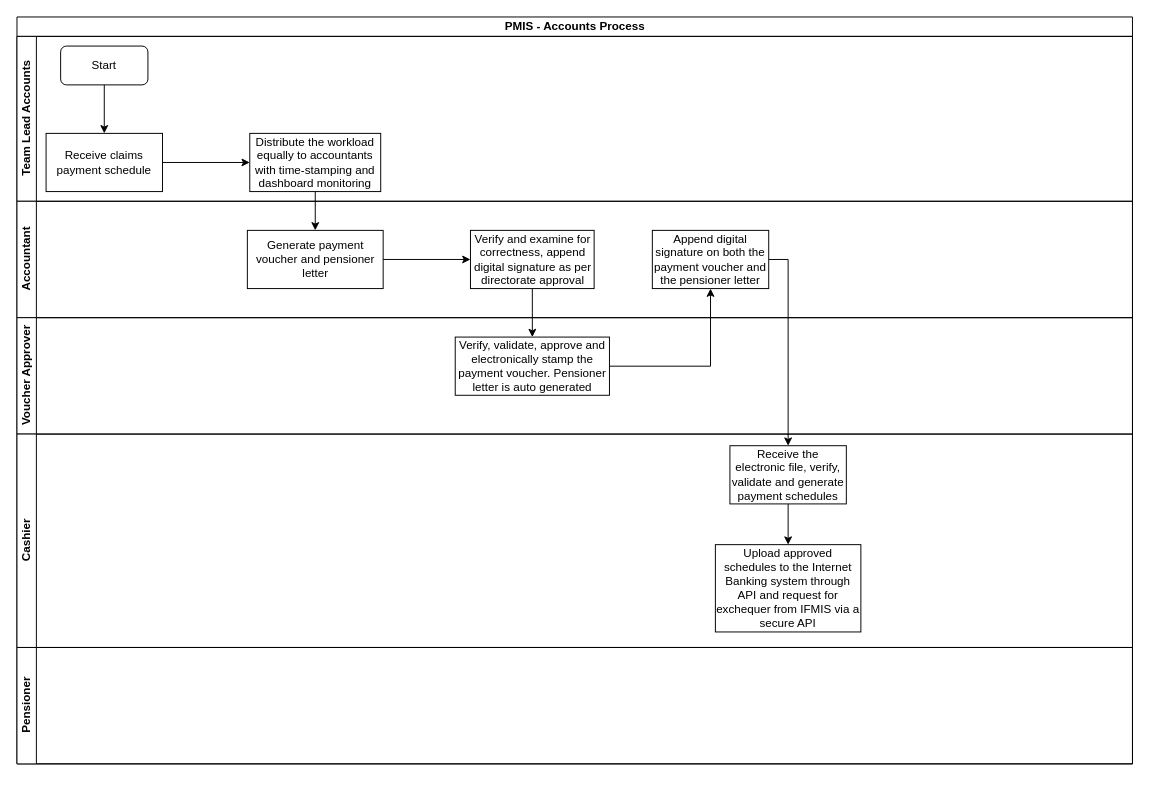
Above: Pension - Accounts.drawio in kmagua/flowcharts (draw.io), before the change. Source tidied: cells renumbered, new cells numbered last; positions are measured from the earlier drawing's top-left corner, leaving out a move shared by most shapes. Both pictures are drawn from the tidied source at 97%, with x=0, y=0 at pixel (16, 16).
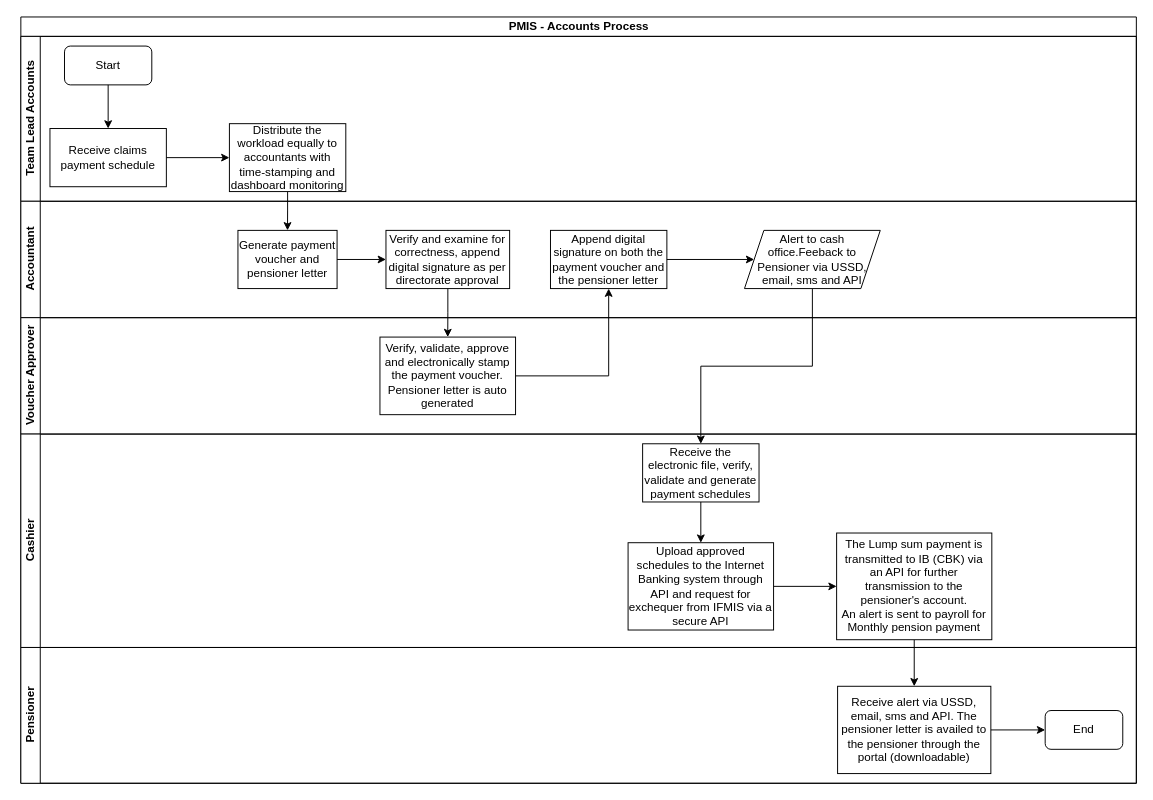
Above is the later version.

The change refers to these unchanged cells:
```xml
<mxCell id="5" value="Team Lead Accounts" style="swimlane;html=1;startSize=20;horizontal=0;" parent="2" vertex="1">
  <mxGeometry y="20" width="1150" height="170" as="geometry" />
</mxCell>
<mxCell id="9" value="Accountant" style="swimlane;html=1;startSize=20;horizontal=0;" parent="2" vertex="1">
  <mxGeometry y="190" width="1150" height="120" as="geometry" />
</mxCell>
<mxCell id="12" value="Voucher Approver" style="swimlane;html=1;startSize=20;horizontal=0;" parent="2" vertex="1">
  <mxGeometry y="310" width="1150" height="120" as="geometry" />
</mxCell>
<mxCell id="14" value="Cashier" style="swimlane;html=1;startSize=20;horizontal=0;" parent="2" vertex="1">
  <mxGeometry y="430" width="1150" height="220" as="geometry" />
</mxCell>
```

Diff of the diagram source:
```diff
@@
     <mxCell id="2" value="PMIS - Accounts Process" style="swimlane;html=1;horizontal=1;startSize=20;" parent="1" vertex="1">
-      <mxGeometry width="1150" height="770" as="geometry" />
+      <mxGeometry x="4" width="1150" height="790" as="geometry" />
     </mxCell>
@@
-    <mxCell id="4" style="edgeStyle=orthogonalEdgeStyle;rounded=0;jettySize=auto;html=1;entryX=0.5;entryY=0;entryDx=0;entryDy=0;" parent="2" edge="1" source="11" target="15">
-      <mxGeometry relative="1" as="geometry">
-        <Array as="points">
-          <mxPoint x="795" y="250" />
-        </Array>
-      </mxGeometry>
-    </mxCell>
@@
     <mxCell id="7" value="Receive claims payment schedule" style="rounded=0;whiteSpace=wrap;html=1;" parent="5" vertex="1">
-      <mxGeometry x="30" y="100" width="120" height="60" as="geometry" />
+      <mxGeometry x="30" y="95" width="120" height="60" as="geometry" />
     </mxCell>
@@
     <mxCell id="10" value="Generate payment voucher and pensioner letter" style="whiteSpace=wrap;html=1;rounded=0;" parent="9" vertex="1">
-      <mxGeometry x="237.5" y="30" width="140" height="60" as="geometry" />
+      <mxGeometry x="223.8" y="30" width="102.2" height="60" as="geometry" />
     </mxCell>
     <mxCell id="11" value="Append digital signature on both the payment voucher and the pensioner letter" style="whiteSpace=wrap;html=1;rounded=0;" parent="9" vertex="1">
-      <mxGeometry x="655" y="30" width="120" height="60" as="geometry" />
+      <mxGeometry x="546" y="30" width="120" height="60" as="geometry" />
     </mxCell>
+    <mxCell id="23" value="Verify and examine for correctness, append digital signature as per directorate approval" style="whiteSpace=wrap;html=1;rounded=0;" parent="9" vertex="1">
+      <mxGeometry x="376.4" y="30" width="127.5" height="60" as="geometry" />
+    </mxCell>
+    <mxCell id="24" style="edgeStyle=orthogonalEdgeStyle;rounded=0;jettySize=auto;html=1;" parent="9" edge="1" source="10" target="23">
+      <mxGeometry relative="1" as="geometry" />
+    </mxCell>
@@
     <mxCell id="13" value="Verify, validate, approve and electronically stamp the payment voucher. Pensioner letter is auto generated" style="whiteSpace=wrap;html=1;rounded=0;" parent="12" vertex="1">
-      <mxGeometry x="451.8" y="20" width="159" height="60" as="geometry" />
+      <mxGeometry x="370.2" y="20" width="139.8" height="80" as="geometry" />
     </mxCell>
@@
     <mxCell id="15" value="Receive the electronic file, verify, validate and generate payment schedules" style="whiteSpace=wrap;html=1;rounded=0;" parent="14" vertex="1">
-      <mxGeometry x="735" y="12" width="120" height="60" as="geometry" />
+      <mxGeometry x="641" y="10" width="120" height="60" as="geometry" />
     </mxCell>
     <mxCell id="16" value="Upload approved schedules to the Internet Banking system through API and request for exchequer from IFMIS via a secure API" style="whiteSpace=wrap;html=1;rounded=0;" parent="14" vertex="1">
-      <mxGeometry x="720" y="114" width="150" height="90" as="geometry" />
+      <mxGeometry x="626" y="112" width="150" height="90" as="geometry" />
     </mxCell>
@@
     <mxCell id="18" value="Pensioner" style="swimlane;html=1;startSize=20;horizontal=0;" parent="2" vertex="1">
-      <mxGeometry y="650" width="1150" height="120" as="geometry" />
+      <mxGeometry y="650" width="1150" height="140" as="geometry" />
     </mxCell>
+    <mxCell id="25" value="Receive alert via USSD, email, sms and API. The pensioner letter is availed to the pensioner through the portal (downloadable)" style="whiteSpace=wrap;html=1;rounded=0;" parent="18" vertex="1">
+      <mxGeometry x="842" y="40" width="158" height="90" as="geometry" />
+    </mxCell>
+    <mxCell id="22" style="edgeStyle=orthogonalEdgeStyle;rounded=0;jettySize=auto;html=1;" parent="2" edge="1" source="23" target="13">
+      <mxGeometry relative="1" as="geometry" />
+    </mxCell>
@@
     <mxCell id="20" value="Distribute the workload equally to accountants with time-stamping and dashboard monitoring" style="whiteSpace=wrap;html=1;rounded=0;" parent="1" vertex="1">
-      <mxGeometry x="240" y="120" width="135" height="60" as="geometry" />
+      <mxGeometry x="219" y="110" width="120" height="70" as="geometry" />
     </mxCell>
@@
-    <mxCell id="22" style="edgeStyle=orthogonalEdgeStyle;rounded=0;jettySize=auto;html=1;" parent="1" edge="1" source="23" target="13">
-      <mxGeometry relative="1" as="geometry" />
-    </mxCell>
-    <mxCell id="23" value="Verify and examine for correctness, append digital signature as per directorate approval" style="whiteSpace=wrap;html=1;rounded=0;" parent="1" vertex="1">
-      <mxGeometry x="467.5" y="220" width="127.5" height="60" as="geometry" />
-    </mxCell>
-    <mxCell id="24" style="edgeStyle=orthogonalEdgeStyle;rounded=0;jettySize=auto;html=1;" parent="1" edge="1" source="10" target="23">
-      <mxGeometry relative="1" as="geometry" />
-    </mxCell>
+    <mxCell id="26" style="edgeStyle=orthogonalEdgeStyle;rounded=0;jettySize=auto;html=1;entryX=0.5;entryY=0;entryDx=0;entryDy=0;" parent="1" edge="1" source="27" target="25">
+      <mxGeometry relative="1" as="geometry" />
+    </mxCell>
+    <mxCell id="27" value="&lt;div&gt;The Lump sum payment is transmitted to IB (CBK) via an API for further transmission to the pensioner's account.&lt;/div&gt;&lt;div&gt;An alert is sent to payroll for Monthly pension payment&lt;/div&gt;" style="whiteSpace=wrap;html=1;rounded=0;" parent="1" vertex="1">
+      <mxGeometry x="845" y="532" width="160" height="110" as="geometry" />
+    </mxCell>
+    <mxCell id="28" style="edgeStyle=orthogonalEdgeStyle;rounded=0;jettySize=auto;html=1;" parent="1" edge="1" source="16" target="27">
+      <mxGeometry relative="1" as="geometry" />
+    </mxCell>
+    <mxCell id="29" value="End" style="rounded=1;whiteSpace=wrap;html=1;" parent="1" vertex="1">
+      <mxGeometry x="1060" y="715" width="80" height="40" as="geometry" />
+    </mxCell>
+    <mxCell id="30" style="edgeStyle=orthogonalEdgeStyle;rounded=0;jettySize=auto;html=1;" parent="1" edge="1" source="25" target="29">
+      <mxGeometry relative="1" as="geometry" />
+    </mxCell>
+    <mxCell id="31" style="edgeStyle=orthogonalEdgeStyle;rounded=0;jettySize=auto;html=1;entryX=0.5;entryY=0;entryDx=0;entryDy=0;" parent="1" edge="1" source="32" target="15">
+      <mxGeometry relative="1" as="geometry" />
+    </mxCell>
+    <mxCell id="32" value="Alert to cash office.Feeback to Pensioner via USSD, email, sms and API" style="shape=parallelogram;perimeter=parallelogramPerimeter;whiteSpace=wrap;html=1;fixedSize=1;rounded=0;" parent="1" vertex="1">
+      <mxGeometry x="750" y="220" width="140" height="60" as="geometry" />
+    </mxCell>
+    <mxCell id="33" style="edgeStyle=orthogonalEdgeStyle;rounded=0;jettySize=auto;html=1;" parent="1" edge="1" source="11" target="32">
+      <mxGeometry relative="1" as="geometry" />
+    </mxCell>
```
